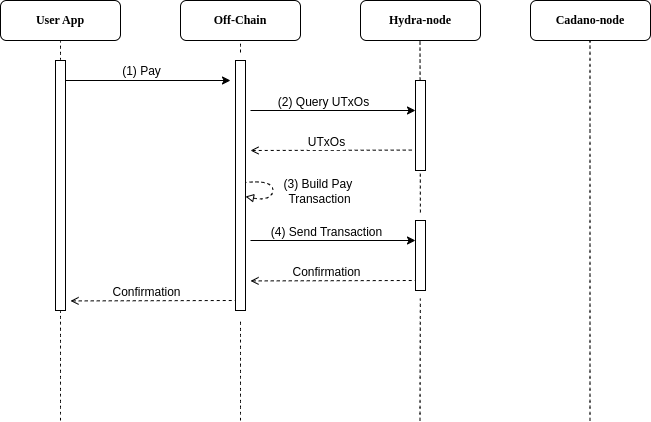
Earlier version of the draw.io export doc/img/diagram-pay-merchant.png (blazarlabs-io/blazar-hydra). Source tidied: cells renumbered, new cells last; positions are measured from the earlier drawing's top-left corner, leaving out a move shared by most shapes. Source of this version:
```xml
<mxGraphModel>
  <root>
    <mxCell id="0" />
    <mxCell id="1" parent="0" />
    <mxCell id="2" style="endArrow=none;dashed=1;html=1;rounded=0;startSize=14;endSize=14;sourcePerimeterSpacing=8;targetPerimeterSpacing=8;curved=1;" parent="1" edge="1">
      <mxGeometry relative="1" as="geometry">
        <mxPoint x="60" y="420" as="sourcePoint" />
        <mxPoint x="60" y="40" as="targetPoint" />
      </mxGeometry>
    </mxCell>
    <mxCell id="3" value="&lt;font face=&quot;Lucida Console&quot;&gt;&lt;b&gt;User App&lt;/b&gt;&lt;/font&gt;" style="rounded=1;whiteSpace=wrap;html=1;" parent="1" vertex="1">
      <mxGeometry width="120" height="40" as="geometry" />
    </mxCell>
    <mxCell id="4" style="endArrow=none;dashed=1;html=1;rounded=0;startSize=14;endSize=14;sourcePerimeterSpacing=8;targetPerimeterSpacing=8;curved=1;" parent="1" edge="1" source="13">
      <mxGeometry relative="1" as="geometry">
        <mxPoint x="240" y="40" as="targetPoint" />
      </mxGeometry>
    </mxCell>
    <mxCell id="5" value="&lt;font face=&quot;Lucida Console&quot;&gt;&lt;b&gt;Off-Chain&lt;/b&gt;&lt;br&gt;&lt;/font&gt;" style="rounded=1;whiteSpace=wrap;html=1;" parent="1" vertex="1">
      <mxGeometry x="180" width="120" height="40" as="geometry" />
    </mxCell>
    <mxCell id="6" style="endArrow=none;dashed=1;html=1;rounded=0;startSize=14;endSize=14;sourcePerimeterSpacing=8;targetPerimeterSpacing=8;curved=1;" parent="1" edge="1" source="23">
      <mxGeometry relative="1" as="geometry">
        <mxPoint x="419.5" y="40" as="targetPoint" />
      </mxGeometry>
    </mxCell>
    <mxCell id="7" value="&lt;font face=&quot;Lucida Console&quot;&gt;&lt;b&gt;Hydra-node&lt;/b&gt;&lt;br&gt;&lt;/font&gt;" style="rounded=1;whiteSpace=wrap;html=1;" parent="1" vertex="1">
      <mxGeometry x="360" width="120" height="40" as="geometry" />
    </mxCell>
    <mxCell id="8" style="endArrow=none;dashed=1;html=1;rounded=0;startSize=14;endSize=14;sourcePerimeterSpacing=8;targetPerimeterSpacing=8;curved=1;" parent="1" edge="1">
      <mxGeometry relative="1" as="geometry">
        <mxPoint x="589.5" y="420" as="sourcePoint" />
        <mxPoint x="589.5" y="40" as="targetPoint" />
      </mxGeometry>
    </mxCell>
    <mxCell id="9" value="&lt;font face=&quot;Lucida Console&quot;&gt;&lt;b&gt;Cadano-node&lt;/b&gt;&lt;br&gt;&lt;/font&gt;" style="rounded=1;whiteSpace=wrap;html=1;" parent="1" vertex="1">
      <mxGeometry x="530" width="120" height="40" as="geometry" />
    </mxCell>
    <mxCell id="10" style="rounded=0;whiteSpace=wrap;html=1;" parent="1" vertex="1">
      <mxGeometry x="55" y="60" width="10" height="250" as="geometry" />
    </mxCell>
    <mxCell id="11" style="endArrow=classic;html=1;rounded=0;" parent="1" edge="1">
      <mxGeometry relative="1" as="geometry">
        <mxPoint x="65" y="80" as="sourcePoint" />
        <mxPoint x="230" y="80" as="targetPoint" />
      </mxGeometry>
    </mxCell>
    <mxCell id="12" style="endArrow=none;dashed=1;html=1;rounded=0;startSize=14;endSize=14;sourcePerimeterSpacing=8;targetPerimeterSpacing=8;curved=1;" parent="1" edge="1" target="13">
      <mxGeometry relative="1" as="geometry">
        <mxPoint x="240" y="420" as="sourcePoint" />
      </mxGeometry>
    </mxCell>
    <mxCell id="13" style="rounded=0;whiteSpace=wrap;html=1;" parent="1" vertex="1">
      <mxGeometry x="235" y="60" width="10" height="250" as="geometry" />
    </mxCell>
    <mxCell id="14" value="&lt;font face=&quot;Helvetica&quot; style=&quot;font-size: 12px;&quot;&gt;(1) Pay&lt;/font&gt;" style="edgeLabel;html=1;align=center;verticalAlign=middle;" parent="1" vertex="1">
      <mxGeometry x="140" y="70" as="geometry" />
    </mxCell>
    <mxCell id="15" style="curved=1;endArrow=none;html=1;rounded=0;startArrow=block;startFill=0;endFill=0;dashed=1;arcSize=1;noJump=1;perimeterSpacing=10;" parent="1" edge="1">
      <mxGeometry relative="1" as="geometry">
        <mxPoint x="245" y="196" as="sourcePoint" />
        <mxPoint x="245" y="182" as="targetPoint" />
        <Array as="points">
          <mxPoint x="265" y="200" />
          <mxPoint x="275" y="190" />
          <mxPoint x="265" y="180" />
        </Array>
      </mxGeometry>
    </mxCell>
    <mxCell id="16" value="&lt;font face=&quot;Helvetica&quot; style=&quot;font-size: 12px;&quot;&gt;(3&lt;/font&gt;&lt;span style=&quot;font-size: 12px;&quot;&gt;) Build Pay&amp;nbsp;&lt;/span&gt;&lt;div&gt;&lt;div&gt;&lt;font face=&quot;Helvetica&quot; style=&quot;font-size: 12px;&quot;&gt;Transaction&lt;/font&gt;&lt;/div&gt;&lt;/div&gt;" style="edgeLabel;html=1;align=center;verticalAlign=middle;" parent="1" vertex="1">
      <mxGeometry x="318" y="190" as="geometry" />
    </mxCell>
    <mxCell id="17" style="rounded=0;whiteSpace=wrap;html=1;" parent="1" vertex="1">
      <mxGeometry x="415" y="80" width="10" height="90" as="geometry" />
    </mxCell>
    <mxCell id="18" style="endArrow=classic;html=1;rounded=0;" parent="1" edge="1">
      <mxGeometry relative="1" as="geometry">
        <mxPoint x="250" y="110" as="sourcePoint" />
        <mxPoint x="415" y="110" as="targetPoint" />
      </mxGeometry>
    </mxCell>
    <mxCell id="19" value="&lt;font face=&quot;Helvetica&quot; style=&quot;font-size: 12px;&quot;&gt;(2) Query UTxOs&lt;/font&gt;" style="edgeLabel;html=1;align=center;verticalAlign=middle;" parent="1" vertex="1">
      <mxGeometry x="326" y="100" as="geometry">
        <mxPoint x="-4" y="1" as="offset" />
      </mxGeometry>
    </mxCell>
    <mxCell id="20" style="endArrow=none;html=1;rounded=0;entryX=0.2;entryY=0.071;entryDx=0;entryDy=0;entryPerimeter=0;startArrow=open;startFill=0;endFill=0;dashed=1;" parent="1" edge="1">
      <mxGeometry relative="1" as="geometry">
        <mxPoint x="250" y="150" as="sourcePoint" />
        <mxPoint x="412" y="149.6" as="targetPoint" />
      </mxGeometry>
    </mxCell>
    <mxCell id="21" value="&lt;font face=&quot;Helvetica&quot; style=&quot;font-size: 12px;&quot;&gt;UTxOs&lt;/font&gt;" style="edgeLabel;html=1;align=center;verticalAlign=middle;" parent="1" vertex="1">
      <mxGeometry x="329" y="140" as="geometry">
        <mxPoint x="-4" y="1" as="offset" />
      </mxGeometry>
    </mxCell>
    <mxCell id="22" style="endArrow=none;dashed=1;html=1;rounded=0;startSize=14;endSize=14;sourcePerimeterSpacing=8;targetPerimeterSpacing=8;curved=1;" parent="1" edge="1" target="23">
      <mxGeometry relative="1" as="geometry">
        <mxPoint x="419.5" y="420" as="sourcePoint" />
      </mxGeometry>
    </mxCell>
    <mxCell id="23" style="rounded=0;whiteSpace=wrap;html=1;" parent="1" vertex="1">
      <mxGeometry x="415" y="220" width="10" height="70" as="geometry" />
    </mxCell>
    <mxCell id="24" style="endArrow=classic;html=1;rounded=0;" parent="1" edge="1">
      <mxGeometry relative="1" as="geometry">
        <mxPoint x="250" y="240" as="sourcePoint" />
        <mxPoint x="415" y="240" as="targetPoint" />
      </mxGeometry>
    </mxCell>
    <mxCell id="25" value="&lt;font face=&quot;Helvetica&quot; style=&quot;font-size: 12px;&quot;&gt;(4) Send Transaction&lt;/font&gt;" style="edgeLabel;html=1;align=center;verticalAlign=middle;" parent="1" vertex="1">
      <mxGeometry x="329" y="230" as="geometry">
        <mxPoint x="-4" y="1" as="offset" />
      </mxGeometry>
    </mxCell>
    <mxCell id="26" style="endArrow=none;html=1;rounded=0;entryX=0.2;entryY=0.071;entryDx=0;entryDy=0;entryPerimeter=0;startArrow=open;startFill=0;endFill=0;dashed=1;exitX=1.167;exitY=0.429;exitDx=0;exitDy=0;exitPerimeter=0;" parent="1" edge="1">
      <mxGeometry relative="1" as="geometry">
        <mxPoint x="250" y="280.4" as="sourcePoint" />
        <mxPoint x="415" y="280" as="targetPoint" />
      </mxGeometry>
    </mxCell>
    <mxCell id="27" value="&lt;span style=&quot;font-size: 12px;&quot;&gt;Confirmation&lt;/span&gt;" style="edgeLabel;html=1;align=center;verticalAlign=middle;" parent="1" vertex="1">
      <mxGeometry x="329" y="270" as="geometry">
        <mxPoint x="-4" y="1" as="offset" />
      </mxGeometry>
    </mxCell>
    <mxCell id="28" style="endArrow=none;html=1;rounded=0;entryX=0.2;entryY=0.071;entryDx=0;entryDy=0;entryPerimeter=0;startArrow=open;startFill=0;endFill=0;dashed=1;exitX=1.167;exitY=0.429;exitDx=0;exitDy=0;exitPerimeter=0;" parent="1" edge="1">
      <mxGeometry relative="1" as="geometry">
        <mxPoint x="70" y="300.4" as="sourcePoint" />
        <mxPoint x="235" y="300" as="targetPoint" />
      </mxGeometry>
    </mxCell>
    <mxCell id="29" value="&lt;span style=&quot;font-size: 12px;&quot;&gt;Confirmation&lt;/span&gt;" style="edgeLabel;html=1;align=center;verticalAlign=middle;" parent="1" vertex="1">
      <mxGeometry x="149" y="290" as="geometry">
        <mxPoint x="-4" y="1" as="offset" />
      </mxGeometry>
    </mxCell>
  </root>
</mxGraphModel>
```
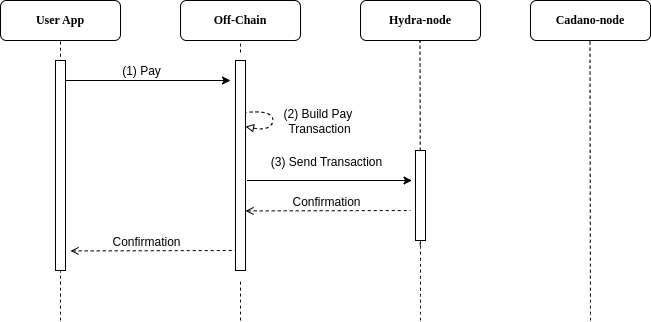
Above is the later version.

Commit message:
Updates pay merchant operation

The edit, as a diff of the source:
```diff
@@ -4,7 +4,7 @@
     <mxCell id="1" parent="0" />
     <mxCell id="2" style="endArrow=none;dashed=1;html=1;rounded=0;startSize=14;endSize=14;sourcePerimeterSpacing=8;targetPerimeterSpacing=8;curved=1;" parent="1" edge="1">
       <mxGeometry relative="1" as="geometry">
-        <mxPoint x="60" y="420" as="sourcePoint" />
+        <mxPoint x="60" y="320" as="sourcePoint" />
         <mxPoint x="60" y="40" as="targetPoint" />
       </mxGeometry>
     </mxCell>
@@ -19,7 +19,7 @@
     <mxCell id="5" value="&lt;font face=&quot;Lucida Console&quot;&gt;&lt;b&gt;Off-Chain&lt;/b&gt;&lt;br&gt;&lt;/font&gt;" style="rounded=1;whiteSpace=wrap;html=1;" parent="1" vertex="1">
       <mxGeometry x="180" width="120" height="40" as="geometry" />
     </mxCell>
-    <mxCell id="6" style="endArrow=none;dashed=1;html=1;rounded=0;startSize=14;endSize=14;sourcePerimeterSpacing=8;targetPerimeterSpacing=8;curved=1;" parent="1" edge="1" source="23">
+    <mxCell id="6" style="endArrow=none;dashed=1;html=1;rounded=0;startSize=14;endSize=14;sourcePerimeterSpacing=8;targetPerimeterSpacing=8;curved=1;exitX=0.5;exitY=1;exitDx=0;exitDy=0;" parent="1" edge="1" source="17">
       <mxGeometry relative="1" as="geometry">
         <mxPoint x="419.5" y="40" as="targetPoint" />
       </mxGeometry>
@@ -29,7 +29,7 @@
     </mxCell>
     <mxCell id="8" style="endArrow=none;dashed=1;html=1;rounded=0;startSize=14;endSize=14;sourcePerimeterSpacing=8;targetPerimeterSpacing=8;curved=1;" parent="1" edge="1">
       <mxGeometry relative="1" as="geometry">
-        <mxPoint x="589.5" y="420" as="sourcePoint" />
+        <mxPoint x="590" y="320" as="sourcePoint" />
         <mxPoint x="589.5" y="40" as="targetPoint" />
       </mxGeometry>
     </mxCell>
@@ -37,7 +37,7 @@
       <mxGeometry x="530" width="120" height="40" as="geometry" />
     </mxCell>
     <mxCell id="10" style="rounded=0;whiteSpace=wrap;html=1;" parent="1" vertex="1">
-      <mxGeometry x="55" y="60" width="10" height="250" as="geometry" />
+      <mxGeometry x="55" y="60" width="10" height="210" as="geometry" />
     </mxCell>
     <mxCell id="11" style="endArrow=classic;html=1;rounded=0;" parent="1" edge="1">
       <mxGeometry relative="1" as="geometry">
@@ -47,94 +47,74 @@
     </mxCell>
     <mxCell id="12" style="endArrow=none;dashed=1;html=1;rounded=0;startSize=14;endSize=14;sourcePerimeterSpacing=8;targetPerimeterSpacing=8;curved=1;" parent="1" edge="1" target="13">
       <mxGeometry relative="1" as="geometry">
-        <mxPoint x="240" y="420" as="sourcePoint" />
+        <mxPoint x="240" y="320" as="sourcePoint" />
       </mxGeometry>
     </mxCell>
     <mxCell id="13" style="rounded=0;whiteSpace=wrap;html=1;" parent="1" vertex="1">
-      <mxGeometry x="235" y="60" width="10" height="250" as="geometry" />
+      <mxGeometry x="235" y="60" width="10" height="210" as="geometry" />
     </mxCell>
     <mxCell id="14" value="&lt;font face=&quot;Helvetica&quot; style=&quot;font-size: 12px;&quot;&gt;(1) Pay&lt;/font&gt;" style="edgeLabel;html=1;align=center;verticalAlign=middle;" parent="1" vertex="1">
       <mxGeometry x="140" y="70" as="geometry" />
     </mxCell>
     <mxCell id="15" style="curved=1;endArrow=none;html=1;rounded=0;startArrow=block;startFill=0;endFill=0;dashed=1;arcSize=1;noJump=1;perimeterSpacing=10;" parent="1" edge="1">
       <mxGeometry relative="1" as="geometry">
-        <mxPoint x="245" y="196" as="sourcePoint" />
-        <mxPoint x="245" y="182" as="targetPoint" />
+        <mxPoint x="245" y="126" as="sourcePoint" />
+        <mxPoint x="245" y="112" as="targetPoint" />
         <Array as="points">
-          <mxPoint x="265" y="200" />
-          <mxPoint x="275" y="190" />
-          <mxPoint x="265" y="180" />
+          <mxPoint x="265" y="130" />
+          <mxPoint x="275" y="120" />
+          <mxPoint x="265" y="110" />
         </Array>
       </mxGeometry>
     </mxCell>
-    <mxCell id="16" value="&lt;font face=&quot;Helvetica&quot; style=&quot;font-size: 12px;&quot;&gt;(3&lt;/font&gt;&lt;span style=&quot;font-size: 12px;&quot;&gt;) Build Pay&amp;nbsp;&lt;/span&gt;&lt;div&gt;&lt;div&gt;&lt;font face=&quot;Helvetica&quot; style=&quot;font-size: 12px;&quot;&gt;Transaction&lt;/font&gt;&lt;/div&gt;&lt;/div&gt;" style="edgeLabel;html=1;align=center;verticalAlign=middle;" parent="1" vertex="1">
-      <mxGeometry x="318" y="190" as="geometry" />
+    <mxCell id="16" value="&lt;font face=&quot;Helvetica&quot; style=&quot;font-size: 12px;&quot;&gt;(2&lt;/font&gt;&lt;span style=&quot;font-size: 12px;&quot;&gt;) Build Pay&amp;nbsp;&lt;/span&gt;&lt;div&gt;&lt;div&gt;&lt;div&gt;&lt;font face=&quot;Helvetica&quot; style=&quot;font-size: 12px;&quot;&gt;Transaction&lt;/font&gt;&lt;/div&gt;&lt;/div&gt;&lt;/div&gt;" style="edgeLabel;html=1;align=center;verticalAlign=middle;" parent="1" vertex="1">
+      <mxGeometry x="318" y="120" as="geometry" />
     </mxCell>
-    <mxCell id="17" style="rounded=0;whiteSpace=wrap;html=1;" parent="1" vertex="1">
-      <mxGeometry x="415" y="80" width="10" height="90" as="geometry" />
-    </mxCell>
-    <mxCell id="18" style="endArrow=classic;html=1;rounded=0;" parent="1" edge="1">
-      <mxGeometry relative="1" as="geometry">
-        <mxPoint x="250" y="110" as="sourcePoint" />
-        <mxPoint x="415" y="110" as="targetPoint" />
-      </mxGeometry>
-    </mxCell>
-    <mxCell id="19" value="&lt;font face=&quot;Helvetica&quot; style=&quot;font-size: 12px;&quot;&gt;(2) Query UTxOs&lt;/font&gt;" style="edgeLabel;html=1;align=center;verticalAlign=middle;" parent="1" vertex="1">
-      <mxGeometry x="326" y="100" as="geometry">
-        <mxPoint x="-4" y="1" as="offset" />
-      </mxGeometry>
-    </mxCell>
-    <mxCell id="20" style="endArrow=none;html=1;rounded=0;entryX=0.2;entryY=0.071;entryDx=0;entryDy=0;entryPerimeter=0;startArrow=open;startFill=0;endFill=0;dashed=1;" parent="1" edge="1">
-      <mxGeometry relative="1" as="geometry">
-        <mxPoint x="250" y="150" as="sourcePoint" />
-        <mxPoint x="412" y="149.6" as="targetPoint" />
-      </mxGeometry>
-    </mxCell>
-    <mxCell id="21" value="&lt;font face=&quot;Helvetica&quot; style=&quot;font-size: 12px;&quot;&gt;UTxOs&lt;/font&gt;" style="edgeLabel;html=1;align=center;verticalAlign=middle;" parent="1" vertex="1">
-      <mxGeometry x="329" y="140" as="geometry">
-        <mxPoint x="-4" y="1" as="offset" />
-      </mxGeometry>
-    </mxCell>
-    <mxCell id="22" style="endArrow=none;dashed=1;html=1;rounded=0;startSize=14;endSize=14;sourcePerimeterSpacing=8;targetPerimeterSpacing=8;curved=1;" parent="1" edge="1" target="23">
+    <mxCell id="22" style="endArrow=none;dashed=1;html=1;rounded=0;startSize=14;endSize=14;sourcePerimeterSpacing=8;targetPerimeterSpacing=8;curved=1;entryX=0.5;entryY=0.911;entryDx=0;entryDy=0;entryPerimeter=0;" parent="1" edge="1" target="17">
       <mxGeometry relative="1" as="geometry">
-        <mxPoint x="419.5" y="420" as="sourcePoint" />
+        <mxPoint x="420" y="320" as="sourcePoint" />
       </mxGeometry>
     </mxCell>
-    <mxCell id="23" style="rounded=0;whiteSpace=wrap;html=1;" parent="1" vertex="1">
-      <mxGeometry x="415" y="220" width="10" height="70" as="geometry" />
-    </mxCell>
     <mxCell id="24" style="endArrow=classic;html=1;rounded=0;" parent="1" edge="1">
       <mxGeometry relative="1" as="geometry">
-        <mxPoint x="250" y="240" as="sourcePoint" />
-        <mxPoint x="415" y="240" as="targetPoint" />
+        <mxPoint x="246.5" y="180" as="sourcePoint" />
+        <mxPoint x="411.5" y="180" as="targetPoint" />
       </mxGeometry>
     </mxCell>
-    <mxCell id="25" value="&lt;font face=&quot;Helvetica&quot; style=&quot;font-size: 12px;&quot;&gt;(4) Send Transaction&lt;/font&gt;" style="edgeLabel;html=1;align=center;verticalAlign=middle;" parent="1" vertex="1">
-      <mxGeometry x="329" y="230" as="geometry">
+    <mxCell id="25" value="&lt;font face=&quot;Helvetica&quot; style=&quot;font-size: 12px;&quot;&gt;(3) Send Transaction&lt;/font&gt;" style="edgeLabel;html=1;align=center;verticalAlign=middle;" parent="1" vertex="1">
+      <mxGeometry x="329" y="160" as="geometry">
         <mxPoint x="-4" y="1" as="offset" />
       </mxGeometry>
     </mxCell>
     <mxCell id="26" style="endArrow=none;html=1;rounded=0;entryX=0.2;entryY=0.071;entryDx=0;entryDy=0;entryPerimeter=0;startArrow=open;startFill=0;endFill=0;dashed=1;exitX=1.167;exitY=0.429;exitDx=0;exitDy=0;exitPerimeter=0;" parent="1" edge="1">
       <mxGeometry relative="1" as="geometry">
-        <mxPoint x="250" y="280.4" as="sourcePoint" />
-        <mxPoint x="415" y="280" as="targetPoint" />
+        <mxPoint x="245" y="210.4" as="sourcePoint" />
+        <mxPoint x="410" y="210" as="targetPoint" />
       </mxGeometry>
     </mxCell>
     <mxCell id="27" value="&lt;span style=&quot;font-size: 12px;&quot;&gt;Confirmation&lt;/span&gt;" style="edgeLabel;html=1;align=center;verticalAlign=middle;" parent="1" vertex="1">
-      <mxGeometry x="329" y="270" as="geometry">
+      <mxGeometry x="329" y="200" as="geometry">
         <mxPoint x="-4" y="1" as="offset" />
       </mxGeometry>
     </mxCell>
     <mxCell id="28" style="endArrow=none;html=1;rounded=0;entryX=0.2;entryY=0.071;entryDx=0;entryDy=0;entryPerimeter=0;startArrow=open;startFill=0;endFill=0;dashed=1;exitX=1.167;exitY=0.429;exitDx=0;exitDy=0;exitPerimeter=0;" parent="1" edge="1">
       <mxGeometry relative="1" as="geometry">
-        <mxPoint x="70" y="300.4" as="sourcePoint" />
-        <mxPoint x="235" y="300" as="targetPoint" />
+        <mxPoint x="70" y="250.4" as="sourcePoint" />
+        <mxPoint x="235" y="250" as="targetPoint" />
       </mxGeometry>
     </mxCell>
     <mxCell id="29" value="&lt;span style=&quot;font-size: 12px;&quot;&gt;Confirmation&lt;/span&gt;" style="edgeLabel;html=1;align=center;verticalAlign=middle;" parent="1" vertex="1">
-      <mxGeometry x="149" y="290" as="geometry">
+      <mxGeometry x="149" y="240" as="geometry">
         <mxPoint x="-4" y="1" as="offset" />
       </mxGeometry>
     </mxCell>
+    <mxCell id="30" style="endArrow=none;dashed=1;html=1;rounded=0;startSize=14;endSize=14;sourcePerimeterSpacing=8;targetPerimeterSpacing=8;curved=1;" parent="1" edge="1" target="17">
+      <mxGeometry relative="1" as="geometry">
+        <mxPoint x="419.9" y="212" as="sourcePoint" />
+      </mxGeometry>
+    </mxCell>
+    <mxCell id="17" style="rounded=0;whiteSpace=wrap;html=1;" parent="1" vertex="1">
+      <mxGeometry x="415" y="150" width="10" height="90" as="geometry" />
+    </mxCell>
   </root>
 </mxGraphModel>
```
